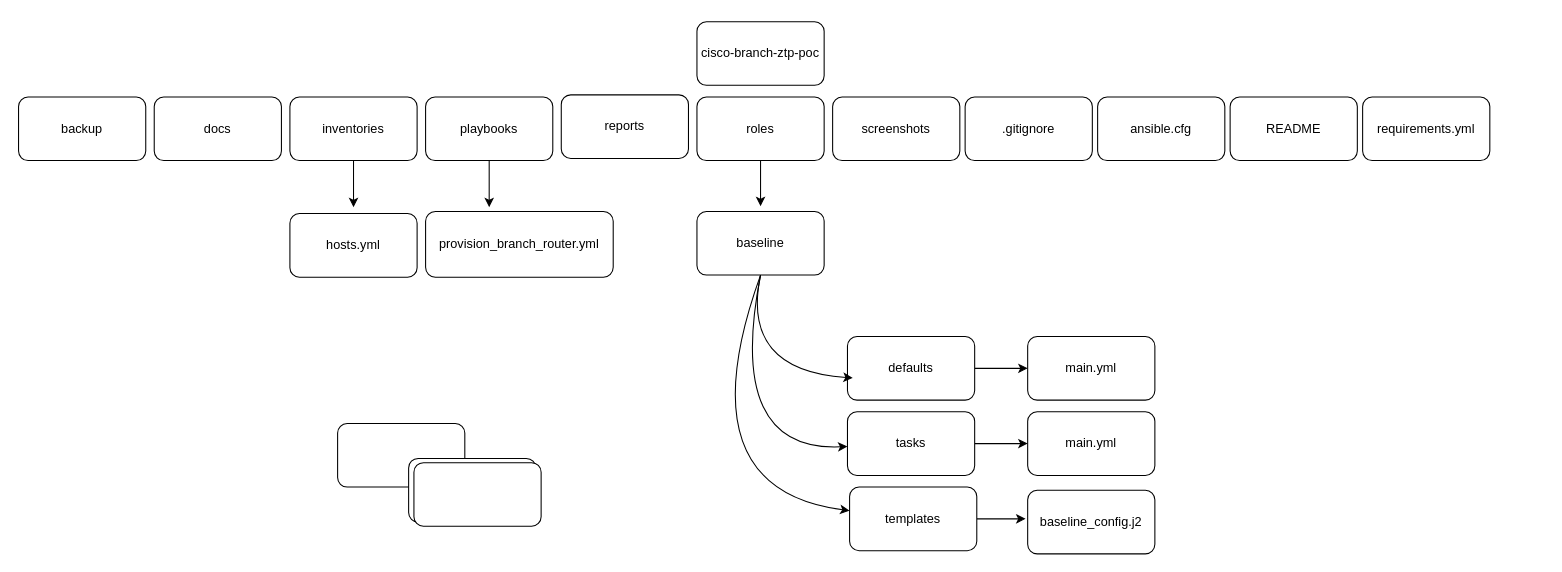
gerardwarzecha/cisco-branch-ztp-poc keeps this draw.io diagram as page "Diagram 01" (1 of 3) of docs/ANSIBLE.drawio. Above is the earlier version. Source tidied: cells renumbered, new cells numbered last; positions are measured from the earlier drawing's top-left corner, leaving out a move shared by most shapes. Both pictures are drawn from the tidied source at 106%, with x=0, y=0 at pixel (18, 21).
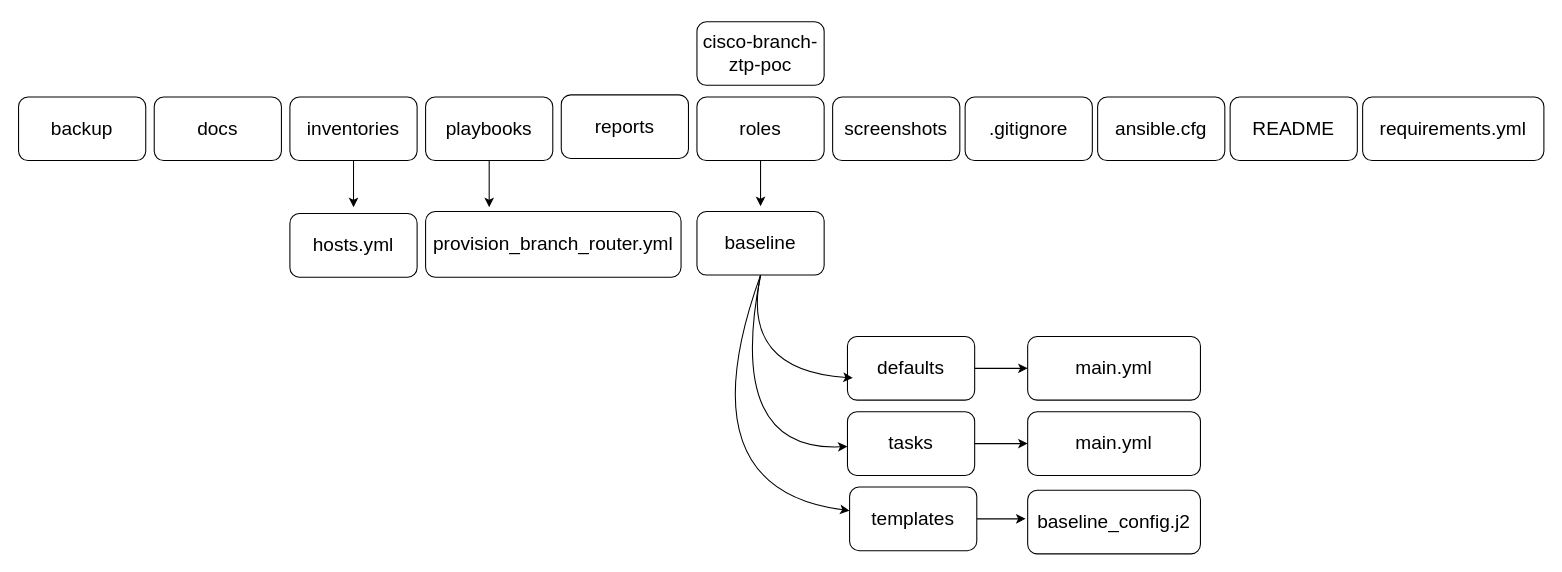
The same page after the edit.

Change to the diagram source:
```diff
@@
-    <mxCell id="2" value="&lt;p&gt;cisco-branch-ztp-poc&lt;/p&gt;" style="rounded=1;whiteSpace=wrap;html=1;" parent="1" vertex="1">
+    <mxCell id="2" value="&lt;p&gt;&lt;font style=&quot;font-size: 18px;&quot;&gt;cisco-branch-ztp-poc&lt;/font&gt;&lt;/p&gt;" style="rounded=1;whiteSpace=wrap;html=1;" parent="1" vertex="1">
       <mxGeometry x="640" width="120" height="60" as="geometry" />
     </mxCell>
-    <mxCell id="3" value="&lt;p&gt;docs&lt;/p&gt;" style="rounded=1;whiteSpace=wrap;html=1;" parent="1" vertex="1">
+    <mxCell id="3" value="&lt;p&gt;&lt;font style=&quot;font-size: 18px;&quot;&gt;docs&lt;/font&gt;&lt;/p&gt;" style="rounded=1;whiteSpace=wrap;html=1;" parent="1" vertex="1">
       <mxGeometry x="128" y="71" width="120" height="60" as="geometry" />
     </mxCell>
-    <mxCell id="4" style="rounded=1;whiteSpace=wrap;html=1;" parent="1" vertex="1">
-      <mxGeometry x="301" y="379" width="120" height="60" as="geometry" />
-    </mxCell>
@@
-    <mxCell id="6" value="&lt;p&gt;templates&lt;/p&gt;" style="rounded=1;whiteSpace=wrap;html=1;" parent="1" vertex="1">
+    <mxCell id="6" value="&lt;p&gt;&lt;font style=&quot;font-size: 18px;&quot;&gt;templates&lt;/font&gt;&lt;/p&gt;" style="rounded=1;whiteSpace=wrap;html=1;" parent="1" vertex="1">
       <mxGeometry x="784" y="439" width="120" height="60" as="geometry" />
     </mxCell>
-    <mxCell id="7" value="&lt;p&gt;baseline&lt;/p&gt;" style="rounded=1;whiteSpace=wrap;html=1;" parent="1" vertex="1">
+    <mxCell id="7" value="&lt;p&gt;&lt;font style=&quot;font-size: 18px;&quot;&gt;baseline&lt;/font&gt;&lt;/p&gt;" style="rounded=1;whiteSpace=wrap;html=1;" parent="1" vertex="1">
       <mxGeometry x="640" y="179" width="120" height="60" as="geometry" />
     </mxCell>
@@
-    <mxCell id="9" value="&lt;p&gt;roles&lt;/p&gt;" style="rounded=1;whiteSpace=wrap;html=1;" parent="1" vertex="1">
+    <mxCell id="9" value="&lt;p&gt;&lt;font style=&quot;font-size: 18px;&quot;&gt;roles&lt;/font&gt;&lt;/p&gt;" style="rounded=1;whiteSpace=wrap;html=1;" parent="1" vertex="1">
       <mxGeometry x="640" y="71" width="120" height="60" as="geometry" />
     </mxCell>
-    <mxCell id="10" value="&lt;p&gt;reports&lt;/p&gt;" style="rounded=1;whiteSpace=wrap;html=1;" parent="1" vertex="1">
+    <mxCell id="10" value="&lt;p&gt;&lt;font style=&quot;font-size: 18px;&quot;&gt;reports&lt;/font&gt;&lt;/p&gt;" style="rounded=1;whiteSpace=wrap;html=1;" parent="1" vertex="1">
       <mxGeometry x="512" y="69" width="120" height="60" as="geometry" />
     </mxCell>
-    <mxCell id="11" value="&lt;p&gt;provision_branch_router.yml&lt;/p&gt;" style="rounded=1;whiteSpace=wrap;html=1;" parent="1" vertex="1">
-      <mxGeometry x="384" y="179" width="177" height="62" as="geometry" />
+    <mxCell id="11" value="&lt;p&gt;&lt;font style=&quot;font-size: 18px;&quot;&gt;provision_branch_router.yml&lt;/font&gt;&lt;/p&gt;" style="rounded=1;whiteSpace=wrap;html=1;" parent="1" vertex="1">
+      <mxGeometry x="384" y="179" width="241" height="62" as="geometry" />
     </mxCell>
@@
-    <mxCell id="13" value="&lt;p&gt;playbooks&lt;/p&gt;" style="rounded=1;whiteSpace=wrap;html=1;" parent="1" vertex="1">
+    <mxCell id="13" value="&lt;p&gt;&lt;font style=&quot;font-size: 18px;&quot;&gt;playbooks&lt;/font&gt;&lt;/p&gt;" style="rounded=1;whiteSpace=wrap;html=1;" parent="1" vertex="1">
       <mxGeometry x="384" y="71" width="120" height="60" as="geometry" />
     </mxCell>
-    <mxCell id="14" value="&lt;p&gt;hosts.yml&lt;/p&gt;" style="rounded=1;whiteSpace=wrap;html=1;" parent="1" vertex="1">
+    <mxCell id="14" value="&lt;p&gt;&lt;font style=&quot;font-size: 18px;&quot;&gt;hosts.yml&lt;/font&gt;&lt;/p&gt;" style="rounded=1;whiteSpace=wrap;html=1;" parent="1" vertex="1">
       <mxGeometry x="256" y="181" width="120" height="60" as="geometry" />
     </mxCell>
@@
-    <mxCell id="16" value="&lt;p&gt;inventories&lt;/p&gt;" style="rounded=1;whiteSpace=wrap;html=1;" parent="1" vertex="1">
+    <mxCell id="16" value="&lt;p&gt;&lt;font style=&quot;font-size: 18px;&quot;&gt;inventories&lt;/font&gt;&lt;/p&gt;" style="rounded=1;whiteSpace=wrap;html=1;" parent="1" vertex="1">
       <mxGeometry x="256" y="71" width="120" height="60" as="geometry" />
     </mxCell>
-    <mxCell id="17" value="&lt;p&gt;backup&lt;/p&gt;" style="rounded=1;whiteSpace=wrap;html=1;" parent="1" vertex="1">
+    <mxCell id="17" value="&lt;p&gt;&lt;font style=&quot;font-size: 18px;&quot;&gt;backup&lt;/font&gt;&lt;/p&gt;" style="rounded=1;whiteSpace=wrap;html=1;" parent="1" vertex="1">
       <mxGeometry y="71" width="120" height="60" as="geometry" />
     </mxCell>
-    <mxCell id="18" value="&lt;p&gt;ansible.cfg&lt;/p&gt;" style="rounded=1;whiteSpace=wrap;html=1;" parent="1" vertex="1">
+    <mxCell id="18" value="&lt;p&gt;&lt;font style=&quot;font-size: 18px;&quot;&gt;ansible.cfg&lt;/font&gt;&lt;/p&gt;" style="rounded=1;whiteSpace=wrap;html=1;" parent="1" vertex="1">
       <mxGeometry x="1018" y="71" width="120" height="60" as="geometry" />
     </mxCell>
-    <mxCell id="19" value="&lt;p&gt;.gitignore&lt;/p&gt;" style="rounded=1;whiteSpace=wrap;html=1;" parent="1" vertex="1">
+    <mxCell id="19" value="&lt;p&gt;&lt;font style=&quot;font-size: 18px;&quot;&gt;.gitignore&lt;/font&gt;&lt;/p&gt;" style="rounded=1;whiteSpace=wrap;html=1;" parent="1" vertex="1">
       <mxGeometry x="893" y="71" width="120" height="60" as="geometry" />
     </mxCell>
-    <mxCell id="20" value="&lt;p&gt;screenshots&lt;/p&gt;" style="rounded=1;whiteSpace=wrap;html=1;" parent="1" vertex="1">
+    <mxCell id="20" value="&lt;p&gt;&lt;font style=&quot;font-size: 18px;&quot;&gt;screenshots&lt;/font&gt;&lt;/p&gt;" style="rounded=1;whiteSpace=wrap;html=1;" parent="1" vertex="1">
       <mxGeometry x="768" y="71" width="120" height="60" as="geometry" />
     </mxCell>
-    <mxCell id="21" value="&lt;p&gt;baseline_config.j2&lt;/p&gt;" style="rounded=1;whiteSpace=wrap;html=1;" parent="1" vertex="1">
-      <mxGeometry x="952" y="442" width="120" height="60" as="geometry" />
+    <mxCell id="21" value="&lt;p&gt;&lt;font style=&quot;font-size: 18px;&quot;&gt;baseline_config.j2&lt;/font&gt;&lt;/p&gt;" style="rounded=1;whiteSpace=wrap;html=1;" parent="1" vertex="1">
+      <mxGeometry x="952" y="442" width="163" height="60" as="geometry" />
     </mxCell>
-    <mxCell id="22" value="&lt;p&gt;main.yml&lt;/p&gt;" style="rounded=1;whiteSpace=wrap;html=1;" parent="1" vertex="1">
-      <mxGeometry x="952" y="368" width="120" height="60" as="geometry" />
+    <mxCell id="22" value="&lt;p&gt;&lt;font style=&quot;font-size: 18px;&quot;&gt;main.yml&lt;/font&gt;&lt;/p&gt;" style="rounded=1;whiteSpace=wrap;html=1;" parent="1" vertex="1">
+      <mxGeometry x="952" y="368" width="163" height="60" as="geometry" />
     </mxCell>
-    <mxCell id="23" value="&lt;p&gt;main.yml&lt;/p&gt;" style="rounded=1;whiteSpace=wrap;html=1;" parent="1" vertex="1">
-      <mxGeometry x="952" y="297" width="120" height="60" as="geometry" />
+    <mxCell id="23" value="&lt;p&gt;&lt;font style=&quot;font-size: 18px;&quot;&gt;main.yml&lt;/font&gt;&lt;/p&gt;" style="rounded=1;whiteSpace=wrap;html=1;" parent="1" vertex="1">
+      <mxGeometry x="952" y="297" width="163" height="60" as="geometry" />
     </mxCell>
@@
-    <mxCell id="25" value="&lt;p&gt;tasks&lt;/p&gt;" style="rounded=1;whiteSpace=wrap;html=1;" parent="1" vertex="1">
+    <mxCell id="25" value="&lt;p&gt;&lt;font style=&quot;font-size: 18px;&quot;&gt;tasks&lt;/font&gt;&lt;/p&gt;" style="rounded=1;whiteSpace=wrap;html=1;" parent="1" vertex="1">
       <mxGeometry x="782" y="368" width="120" height="60" as="geometry" />
     </mxCell>
@@
-    <mxCell id="27" value="&lt;p&gt;defaults&lt;/p&gt;" style="rounded=1;whiteSpace=wrap;html=1;" parent="1" vertex="1">
+    <mxCell id="27" value="&lt;p&gt;&lt;font style=&quot;font-size: 18px;&quot;&gt;defaults&lt;/font&gt;&lt;/p&gt;" style="rounded=1;whiteSpace=wrap;html=1;" parent="1" vertex="1">
       <mxGeometry x="782" y="297" width="120" height="60" as="geometry" />
     </mxCell>
@@
-    <mxCell id="31" style="rounded=1;whiteSpace=wrap;html=1;" parent="1" vertex="1">
-      <mxGeometry x="368" y="412" width="120" height="60" as="geometry" />
-    </mxCell>
-    <mxCell id="32" style="rounded=1;whiteSpace=wrap;html=1;" parent="1" vertex="1">
-      <mxGeometry x="373" y="416" width="120" height="60" as="geometry" />
-    </mxCell>
-    <mxCell id="33" value="&lt;p&gt;requirements.yml&lt;/p&gt;" style="rounded=1;whiteSpace=wrap;html=1;" parent="1" vertex="1">
-      <mxGeometry x="1268" y="71" width="120" height="60" as="geometry" />
+    <mxCell id="33" value="&lt;p&gt;&lt;font style=&quot;font-size: 18px;&quot;&gt;requirements.yml&lt;/font&gt;&lt;/p&gt;" style="rounded=1;whiteSpace=wrap;html=1;" parent="1" vertex="1">
+      <mxGeometry x="1268" y="71" width="171" height="60" as="geometry" />
     </mxCell>
-    <mxCell id="34" value="&lt;p&gt;README&lt;/p&gt;" style="rounded=1;whiteSpace=wrap;html=1;" parent="1" vertex="1">
+    <mxCell id="34" value="&lt;p&gt;&lt;font style=&quot;font-size: 18px;&quot;&gt;README&lt;/font&gt;&lt;/p&gt;" style="rounded=1;whiteSpace=wrap;html=1;" parent="1" vertex="1">
       <mxGeometry x="1143" y="71" width="120" height="60" as="geometry" />
     </mxCell>
```
